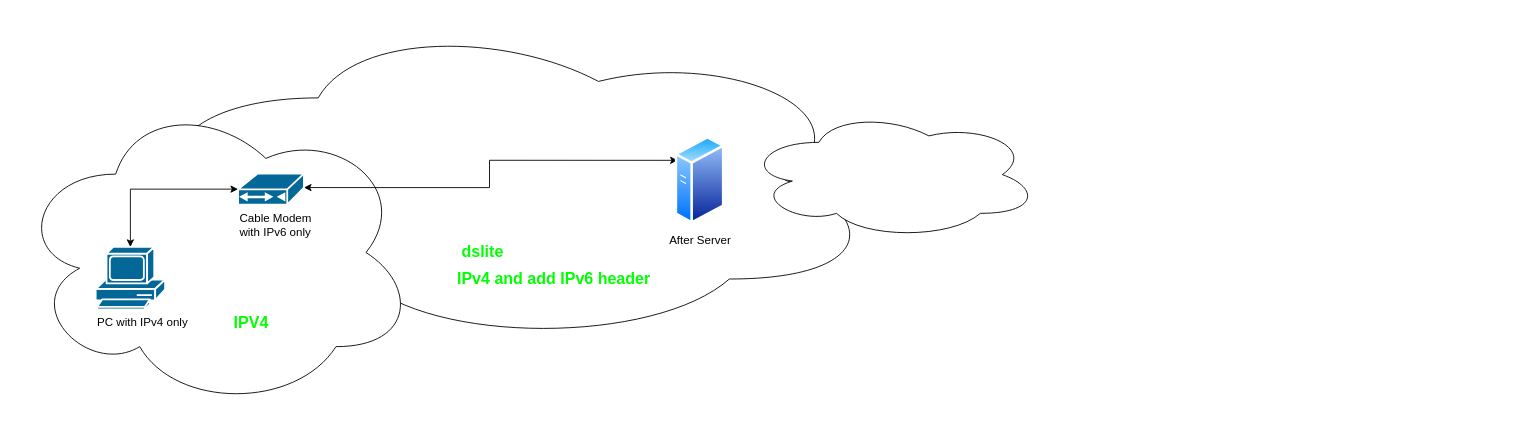
Above: page "dslite" (8 of 8) of GW7557.drawio in nelsonchung/drawio (draw.io), before the change. Source tidied: cells renumbered, new cells numbered last; positions are measured from the earlier drawing's top-left corner, leaving out a move shared by most shapes. Both pictures are drawn from the tidied source at 89%, with x=0, y=0 at pixel (15, 15).
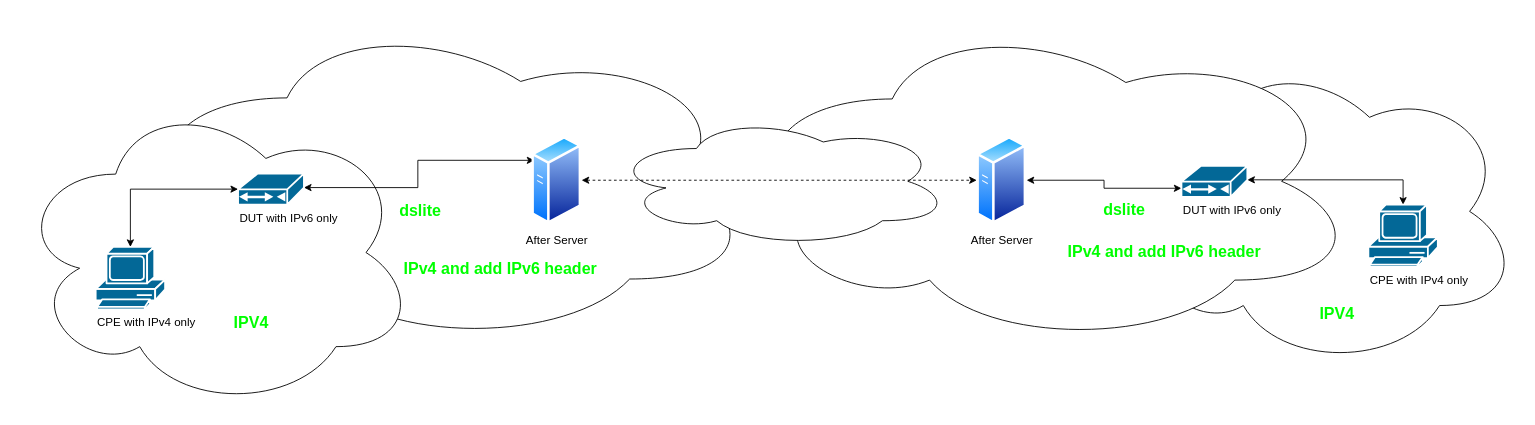
After the change.

Change to the diagram source:
```diff
@@
+    <mxCell id="13" style="ellipse;shape=cloud;whiteSpace=wrap;html=1;labelBackgroundColor=none;strokeColor=#000000;fillColor=#FFFFFF;fontSize=13;fontColor=#000000;align=left;" parent="1" vertex="1">
+      <mxGeometry x="1240" y="43.8" width="450" height="352.5" as="geometry" />
+    </mxCell>
+    <mxCell id="14" style="ellipse;shape=cloud;whiteSpace=wrap;html=1;labelBackgroundColor=none;strokeColor=#000000;fillColor=#FFFFFF;fontSize=13;fontColor=#000000;align=left;" parent="1" vertex="1">
+      <mxGeometry x="810" y="1.2" width="700" height="370" as="geometry" />
+    </mxCell>
     <mxCell id="2" style="ellipse;shape=cloud;whiteSpace=wrap;html=1;labelBackgroundColor=none;strokeColor=#000000;fillColor=#FFFFFF;fontSize=13;fontColor=#000000;align=left;" parent="1" vertex="1">
-      <mxGeometry x="130" width="840" height="370" as="geometry" />
+      <mxGeometry x="130" width="700" height="370" as="geometry" />
     </mxCell>
@@
-    <mxCell id="5" value="Cable Modem&lt;br&gt;with IPv6 only" style="shape=mxgraph.cisco.modems_and_phones.cable_modem;html=1;dashed=0;fillColor=#036897;strokeColor=#ffffff;strokeWidth=2;verticalLabelPosition=bottom;verticalAlign=top;labelBackgroundColor=none;fontSize=13;fontColor=#000000;align=left;" parent="1" vertex="1">
+    <mxCell id="5" value="DUT with IPv6 only" style="shape=mxgraph.cisco.modems_and_phones.cable_modem;html=1;dashed=0;fillColor=#036897;strokeColor=#ffffff;strokeWidth=2;verticalLabelPosition=bottom;verticalAlign=top;labelBackgroundColor=none;fontSize=13;fontColor=#000000;align=left;" parent="1" vertex="1">
       <mxGeometry x="250" y="177.5" width="74" height="35" as="geometry" />
     </mxCell>
     <mxCell id="6" value="After Server" style="perimeter=ellipsePerimeter;html=1;align=center;shadow=0;dashed=0;spacingTop=3;image;image=img/lib/active_directory/generic_server.svg;labelBackgroundColor=none;strokeColor=#000000;fillColor=#000000;fontSize=13;fontColor=#000000;" parent="1" vertex="1">
-      <mxGeometry x="741" y="135" width="56" height="100" as="geometry" />
+      <mxGeometry x="580" y="135" width="56" height="100" as="geometry" />
     </mxCell>
@@
-    <mxCell id="8" value="PC with IPv4 only" style="shape=mxgraph.cisco.computers_and_peripherals.pc;html=1;dashed=0;fillColor=#036897;strokeColor=#ffffff;strokeWidth=2;verticalLabelPosition=bottom;verticalAlign=top;labelBackgroundColor=none;fontSize=13;fontColor=#000000;align=left;" parent="1" vertex="1">
+    <mxCell id="8" value="CPE with IPv4 only" style="shape=mxgraph.cisco.computers_and_peripherals.pc;html=1;dashed=0;fillColor=#036897;strokeColor=#ffffff;strokeWidth=2;verticalLabelPosition=bottom;verticalAlign=top;labelBackgroundColor=none;fontSize=13;fontColor=#000000;align=left;" parent="1" vertex="1">
       <mxGeometry x="90" y="260" width="78" height="70" as="geometry" />
     </mxCell>
@@
     <mxCell id="10" value="dslite" style="text;html=1;strokeColor=none;fillColor=none;align=center;verticalAlign=middle;whiteSpace=wrap;rounded=0;labelBackgroundColor=none;fontSize=18;fontColor=#00FF00;fontStyle=1;" parent="1" vertex="1">
-      <mxGeometry x="490" y="251.2" width="70" height="30" as="geometry" />
+      <mxGeometry x="420" y="205" width="70" height="30" as="geometry" />
     </mxCell>
     <mxCell id="11" value="IPv4 and add IPv6 header" style="text;html=1;strokeColor=none;fillColor=none;align=center;verticalAlign=middle;whiteSpace=wrap;rounded=0;labelBackgroundColor=none;fontSize=18;fontColor=#00FF00;fontStyle=1;" parent="1" vertex="1">
-      <mxGeometry x="450" y="281.2" width="310" height="30" as="geometry" />
+      <mxGeometry x="390" y="270" width="310" height="30" as="geometry" />
     </mxCell>
+    <mxCell id="15" style="edgeStyle=orthogonalEdgeStyle;rounded=0;jettySize=auto;html=1;exitX=1;exitY=0.5;exitDx=0;exitDy=0;entryX=0;entryY=0.721;entryDx=0;entryDy=0;entryPerimeter=0;startArrow=classic;startFill=1;endArrow=classic;endFill=1;fontSize=18;fontColor=#00FF00;align=center;" parent="1" edge="1" source="16" target="18">
+      <mxGeometry relative="1" as="geometry" />
+    </mxCell>
+    <mxCell id="16" value="After Server" style="perimeter=ellipsePerimeter;html=1;align=center;shadow=0;dashed=0;spacingTop=3;image;image=img/lib/active_directory/generic_server.svg;labelBackgroundColor=none;strokeColor=#000000;fillColor=#000000;fontSize=13;fontColor=#000000;" parent="1" vertex="1">
+      <mxGeometry x="1080" y="135" width="56" height="100" as="geometry" />
+    </mxCell>
+    <mxCell id="17" style="edgeStyle=orthogonalEdgeStyle;rounded=0;jettySize=auto;html=1;exitX=1;exitY=0.45;exitDx=0;exitDy=0;exitPerimeter=0;entryX=0.5;entryY=0;entryDx=0;entryDy=0;entryPerimeter=0;startArrow=classic;startFill=1;endArrow=classic;endFill=1;fontSize=18;fontColor=#00FF00;align=center;" parent="1" edge="1" source="18" target="20">
+      <mxGeometry relative="1" as="geometry" />
+    </mxCell>
+    <mxCell id="18" value="DUT with IPv6 only" style="shape=mxgraph.cisco.modems_and_phones.cable_modem;html=1;dashed=0;fillColor=#036897;strokeColor=#ffffff;strokeWidth=2;verticalLabelPosition=bottom;verticalAlign=top;labelBackgroundColor=none;fontSize=13;fontColor=#000000;align=left;" parent="1" vertex="1">
+      <mxGeometry x="1310" y="168.8" width="74" height="35" as="geometry" />
+    </mxCell>
     <mxCell id="12" style="ellipse;shape=cloud;whiteSpace=wrap;html=1;labelBackgroundColor=none;strokeColor=#000000;fillColor=#FFFFFF;fontSize=18;fontColor=#00FF00;align=left;" parent="1" vertex="1">
-      <mxGeometry x="820" y="106.2" width="330" height="145" as="geometry" />
+      <mxGeometry x="670" y="112.5" width="380" height="147.5" as="geometry" />
     </mxCell>
+    <mxCell id="19" style="edgeStyle=orthogonalEdgeStyle;rounded=0;jettySize=auto;html=1;exitX=1;exitY=0.5;exitDx=0;exitDy=0;entryX=0;entryY=0.5;entryDx=0;entryDy=0;startArrow=classic;startFill=1;endArrow=classic;endFill=1;fontSize=18;fontColor=#00FF00;align=center;dashed=1;" parent="1" edge="1" source="6" target="16">
+      <mxGeometry relative="1" as="geometry" />
+    </mxCell>
+    <mxCell id="20" value="CPE with IPv4 only" style="shape=mxgraph.cisco.computers_and_peripherals.pc;html=1;dashed=0;fillColor=#036897;strokeColor=#ffffff;strokeWidth=2;verticalLabelPosition=bottom;verticalAlign=top;labelBackgroundColor=none;fontSize=13;fontColor=#000000;align=left;" parent="1" vertex="1">
+      <mxGeometry x="1520" y="212.5" width="78" height="70" as="geometry" />
+    </mxCell>
+    <mxCell id="21" value="dslite" style="text;html=1;strokeColor=none;fillColor=none;align=center;verticalAlign=middle;whiteSpace=wrap;rounded=0;labelBackgroundColor=none;fontSize=18;fontColor=#00FF00;fontStyle=1;" parent="1" vertex="1">
+      <mxGeometry x="1211" y="203.8" width="70" height="30" as="geometry" />
+    </mxCell>
+    <mxCell id="22" value="IPv4 and add IPv6 header" style="text;html=1;strokeColor=none;fillColor=none;align=center;verticalAlign=middle;whiteSpace=wrap;rounded=0;labelBackgroundColor=none;fontSize=18;fontColor=#00FF00;fontStyle=1;" parent="1" vertex="1">
+      <mxGeometry x="1136" y="251.2" width="310" height="30" as="geometry" />
+    </mxCell>
+    <mxCell id="23" value="IPV4" style="text;html=1;strokeColor=none;fillColor=none;align=center;verticalAlign=middle;whiteSpace=wrap;rounded=0;labelBackgroundColor=none;fontSize=18;fontColor=#00FF00;fontStyle=1;" parent="1" vertex="1">
+      <mxGeometry x="1450" y="320" width="70" height="30" as="geometry" />
+    </mxCell>
```
